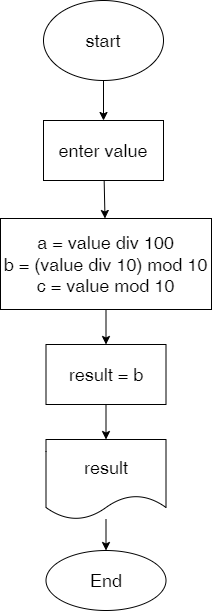
sergdmi/3-Code keeps this draw.io diagram as Homework/Lesson02/task10/alg.drawio.png. Above is the earlier version. Source tidied: cells renumbered, new cells last; positions are measured from the earlier drawing's top-left corner, leaving out a move shared by most shapes. Its diagram source:
```xml
<mxGraphModel>
  <root>
    <mxCell id="0" />
    <mxCell id="1" parent="0" />
    <mxCell id="2" style="edgeStyle=none;html=1;fontSize=18;" parent="1" edge="1" source="3" target="5">
      <mxGeometry relative="1" as="geometry" />
    </mxCell>
    <mxCell id="3" value="start" style="ellipse;whiteSpace=wrap;html=1;fontSize=18;" parent="1" vertex="1">
      <mxGeometry x="43" width="120" height="80" as="geometry" />
    </mxCell>
    <mxCell id="4" style="edgeStyle=none;html=1;fontSize=18;" parent="1" edge="1" source="5" target="7">
      <mxGeometry relative="1" as="geometry" />
    </mxCell>
    <mxCell id="5" value="enter value" style="rounded=0;whiteSpace=wrap;html=1;fontSize=18;" parent="1" vertex="1">
      <mxGeometry x="43" y="120" width="120" height="60" as="geometry" />
    </mxCell>
    <mxCell id="6" style="edgeStyle=none;html=1;fontSize=18;" parent="1" edge="1" source="7" target="9">
      <mxGeometry relative="1" as="geometry" />
    </mxCell>
    <mxCell id="7" value="a = value div 100&lt;br&gt;b = (value div 10) mod 10&lt;br&gt;c = value mod 10" style="whiteSpace=wrap;html=1;fontSize=18;rounded=0;" parent="1" vertex="1">
      <mxGeometry y="218" width="211" height="91" as="geometry" />
    </mxCell>
    <mxCell id="8" style="edgeStyle=none;html=1;fontSize=18;" parent="1" edge="1" source="9" target="11">
      <mxGeometry relative="1" as="geometry" />
    </mxCell>
    <mxCell id="9" value="result = b" style="whiteSpace=wrap;html=1;fontSize=18;rounded=0;" parent="1" vertex="1">
      <mxGeometry x="45.5" y="344" width="120" height="60" as="geometry" />
    </mxCell>
    <mxCell id="10" style="edgeStyle=none;html=1;fontSize=18;" parent="1" edge="1" source="11" target="12">
      <mxGeometry relative="1" as="geometry" />
    </mxCell>
    <mxCell id="11" value="result" style="shape=document;whiteSpace=wrap;html=1;boundedLbl=1;fontSize=18;" parent="1" vertex="1">
      <mxGeometry x="45.5" y="439" width="120" height="80" as="geometry" />
    </mxCell>
    <mxCell id="12" value="End" style="ellipse;whiteSpace=wrap;html=1;fontSize=18;" parent="1" vertex="1">
      <mxGeometry x="45.5" y="550" width="120" height="60" as="geometry" />
    </mxCell>
  </root>
</mxGraphModel>
```
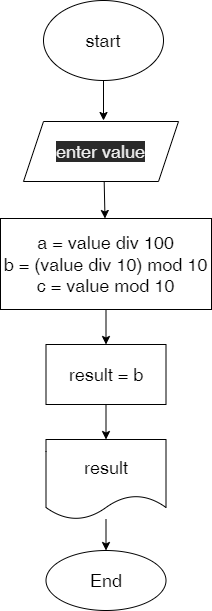
The same file after the commit.

Change to the diagram source:
```diff
@@ -2,18 +2,19 @@
   <root>
     <mxCell id="0" />
     <mxCell id="1" parent="0" />
-    <mxCell id="2" style="edgeStyle=none;html=1;fontSize=18;" parent="1" edge="1" source="3" target="5">
-      <mxGeometry relative="1" as="geometry" />
+    <mxCell id="2" style="edgeStyle=none;html=1;fontSize=18;" parent="1" edge="1" source="3">
+      <mxGeometry relative="1" as="geometry">
+        <mxPoint x="103" y="120" as="targetPoint" />
+      </mxGeometry>
     </mxCell>
     <mxCell id="3" value="start" style="ellipse;whiteSpace=wrap;html=1;fontSize=18;" parent="1" vertex="1">
       <mxGeometry x="43" width="120" height="80" as="geometry" />
     </mxCell>
-    <mxCell id="4" style="edgeStyle=none;html=1;fontSize=18;" parent="1" edge="1" source="5" target="7">
-      <mxGeometry relative="1" as="geometry" />
+    <mxCell id="4" style="edgeStyle=none;html=1;fontSize=18;" parent="1" edge="1" target="7">
+      <mxGeometry relative="1" as="geometry">
+        <mxPoint x="103.7" y="180" as="sourcePoint" />
+      </mxGeometry>
     </mxCell>
-    <mxCell id="5" value="enter value" style="rounded=0;whiteSpace=wrap;html=1;fontSize=18;" parent="1" vertex="1">
-      <mxGeometry x="43" y="120" width="120" height="60" as="geometry" />
-    </mxCell>
     <mxCell id="6" style="edgeStyle=none;html=1;fontSize=18;" parent="1" edge="1" source="7" target="9">
       <mxGeometry relative="1" as="geometry" />
     </mxCell>
@@ -35,5 +36,8 @@
     <mxCell id="12" value="End" style="ellipse;whiteSpace=wrap;html=1;fontSize=18;" parent="1" vertex="1">
       <mxGeometry x="45.5" y="550" width="120" height="60" as="geometry" />
     </mxCell>
+    <mxCell id="5" value="&#10;&#10;&lt;span style=&quot;color: rgb(240, 240, 240); font-family: helvetica; font-size: 18px; font-style: normal; font-weight: 400; letter-spacing: normal; text-align: center; text-indent: 0px; text-transform: none; word-spacing: 0px; background-color: rgb(42, 42, 42); display: inline; float: none;&quot;&gt;enter value&lt;/span&gt;&#10;&#10;" style="shape=parallelogram;perimeter=parallelogramPerimeter;whiteSpace=wrap;html=1;fixedSize=1;" parent="1" vertex="1">
+      <mxGeometry x="23" y="121" width="155" height="60" as="geometry" />
+    </mxCell>
   </root>
 </mxGraphModel>
```
